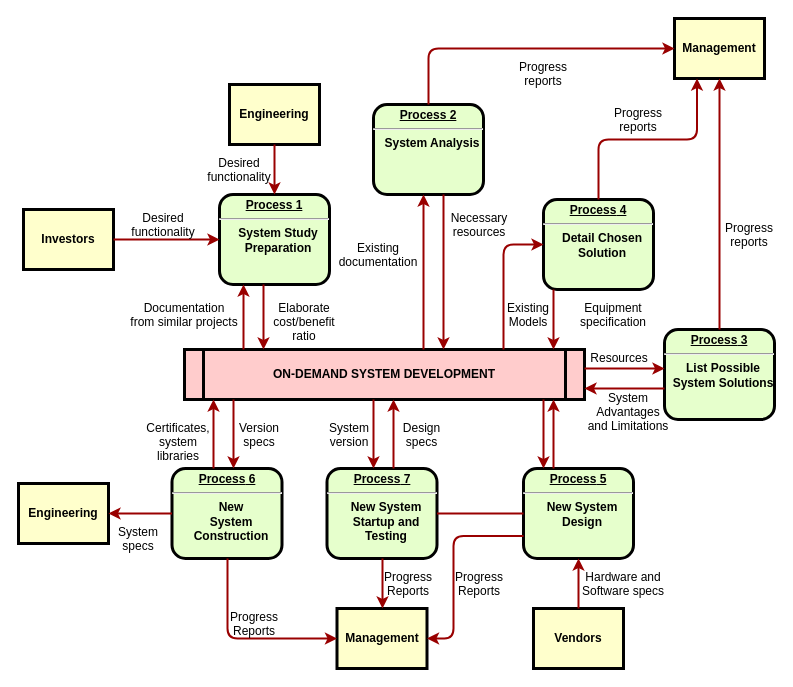
This is Untitled Diagram.drawio from miking7/test, a draw.io file, before an edit. Source tidied: cells renumbered, new cells numbered last; positions are measured from the earlier drawing's top-left corner, leaving out a move shared by most shapes. Both pictures are drawn from the tidied source at 100%, with x=0, y=0 at pixel (18, 18).
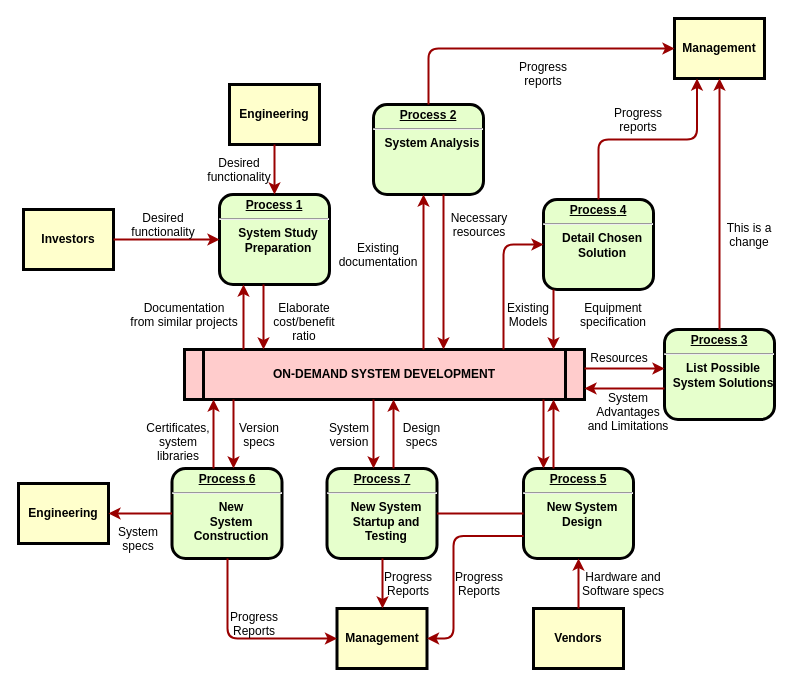
After the change.

What changed in the source:
```diff
@@
-    <mxCell id="31" value="Progress&#10;reports" style="text;spacingTop=-5;align=center;" parent="1" vertex="1">
+    <mxCell id="31" value="This is a &#10;change" style="text;spacingTop=-5;align=center;" parent="1" vertex="1">
       <mxGeometry x="716" y="201" width="30" height="20" as="geometry" />
     </mxCell>
```
